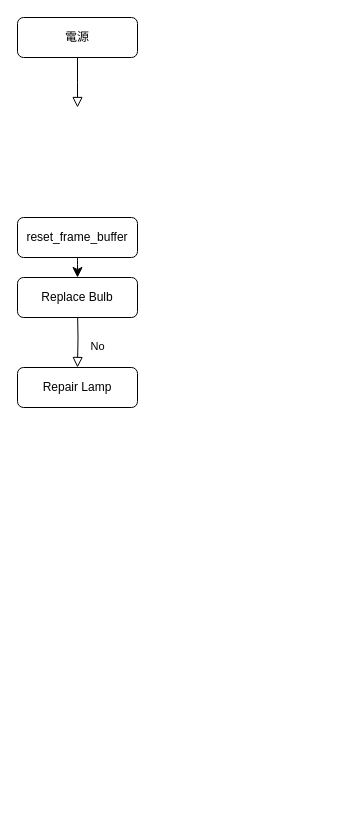
Earlier version of the draw.io diagram page "musicbox.s" (1 of 3) of musicbox.drawio (FukuokaIruka/musicbox). Source tidied: cells renumbered, new cells numbered last; positions are measured from the earlier drawing's top-left corner, leaving out a move shared by most shapes. Both pictures are drawn from the tidied source at 100%, with x=0, y=0 at pixel (17, 17).
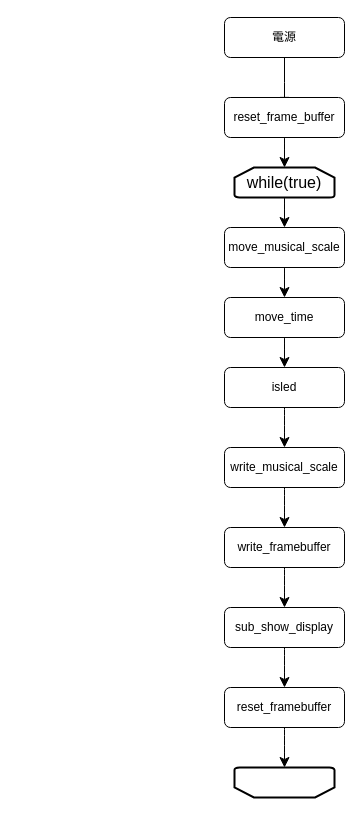
Above is the later version.

Commit message (it also covers changes not shown here):
musicbox.drawio を更新します

Diff of the diagram source:
```diff
@@
     <mxCell id="2" style="rounded=0;html=1;jettySize=auto;fontSize=11;endArrow=block;endFill=0;endSize=8;strokeWidth=1;shadow=0;labelBackgroundColor=none;edgeStyle=orthogonalEdgeStyle;" parent="1" edge="1" source="3">
       <mxGeometry relative="1" as="geometry">
-        <mxPoint x="60" y="90" as="targetPoint" />
+        <mxPoint x="267" y="90" as="targetPoint" />
       </mxGeometry>
     </mxCell>
     <mxCell id="3" value="電源" style="rounded=1;whiteSpace=wrap;html=1;fontSize=12;glass=0;strokeWidth=1;shadow=0;" parent="1" vertex="1">
-      <mxGeometry width="120" height="40" as="geometry" />
+      <mxGeometry x="207" width="120" height="40" as="geometry" />
     </mxCell>
-    <mxCell id="4" style="edgeStyle=none;curved=1;rounded=0;jettySize=auto;html=1;fontSize=12;startSize=8;endSize=8;" parent="1" edge="1" source="5" target="8">
-      <mxGeometry relative="1" as="geometry" />
+    <mxCell id="4" style="edgeStyle=none;curved=1;rounded=0;jettySize=auto;html=1;fontSize=12;startSize=8;endSize=8;" parent="1" edge="1" source="5">
+      <mxGeometry relative="1" as="geometry">
+        <mxPoint x="267" y="150" as="targetPoint" />
+      </mxGeometry>
     </mxCell>
     <mxCell id="5" value="reset_frame_buffer" style="rounded=1;whiteSpace=wrap;html=1;fontSize=12;glass=0;strokeWidth=1;shadow=0;" parent="1" vertex="1">
-      <mxGeometry y="200" width="120" height="40" as="geometry" />
+      <mxGeometry x="207" y="80" width="120" height="40" as="geometry" />
     </mxCell>
-    <mxCell id="6" value="No" style="rounded=0;html=1;jettySize=auto;fontSize=11;endArrow=block;endFill=0;endSize=8;strokeWidth=1;shadow=0;labelBackgroundColor=none;edgeStyle=orthogonalEdgeStyle;" parent="1" edge="1" target="7">
-      <mxGeometry x="0.33" y="20" relative="1" as="geometry">
-        <mxPoint x="60" y="290" as="sourcePoint" />
-      </mxGeometry>
-    </mxCell>
-    <mxCell id="7" value="Repair Lamp" style="rounded=1;whiteSpace=wrap;html=1;fontSize=12;glass=0;strokeWidth=1;shadow=0;" parent="1" vertex="1">
-      <mxGeometry y="350" width="120" height="40" as="geometry" />
+    <mxCell id="7" value="move_time" style="rounded=1;whiteSpace=wrap;html=1;fontSize=12;glass=0;strokeWidth=1;shadow=0;" parent="1" vertex="1">
+      <mxGeometry x="207" y="280" width="120" height="40" as="geometry" />
     </mxCell>
-    <mxCell id="8" value="Replace Bulb" style="rounded=1;whiteSpace=wrap;html=1;fontSize=12;glass=0;strokeWidth=1;shadow=0;" parent="1" vertex="1">
-      <mxGeometry y="260" width="120" height="40" as="geometry" />
+    <mxCell id="8" value="move_musical_scale" style="rounded=1;whiteSpace=wrap;html=1;fontSize=12;glass=0;strokeWidth=1;shadow=0;" parent="1" vertex="1">
+      <mxGeometry x="207" y="210" width="120" height="40" as="geometry" />
     </mxCell>
+    <mxCell id="9" value="while(true)" style="strokeWidth=2;html=1;shape=mxgraph.flowchart.loop_limit;whiteSpace=wrap;fontSize=16;" parent="1" vertex="1">
+      <mxGeometry x="217" y="150" width="100" height="30" as="geometry" />
+    </mxCell>
+    <mxCell id="10" style="endArrow=classic;html=1;rounded=0;fontSize=12;startSize=8;endSize=8;curved=1;exitX=0.5;exitY=1;exitDx=0;exitDy=0;exitPerimeter=0;" parent="1" edge="1" source="9">
+      <mxGeometry relative="1" as="geometry">
+        <mxPoint x="267" y="210" as="targetPoint" />
+      </mxGeometry>
+    </mxCell>
+    <mxCell id="11" style="endArrow=classic;html=1;rounded=0;fontSize=12;startSize=8;endSize=8;curved=1;exitX=0.5;exitY=1;exitDx=0;exitDy=0;entryX=0.5;entryY=0;entryDx=0;entryDy=0;" parent="1" edge="1" source="8" target="7">
+      <mxGeometry relative="1" as="geometry" />
+    </mxCell>
+    <mxCell id="12" value="isled" style="rounded=1;whiteSpace=wrap;html=1;fontSize=12;glass=0;strokeWidth=1;shadow=0;" parent="1" vertex="1">
+      <mxGeometry x="207" y="350" width="120" height="40" as="geometry" />
+    </mxCell>
+    <mxCell id="13" style="endArrow=classic;html=1;rounded=0;fontSize=12;startSize=8;endSize=8;curved=1;exitX=0.5;exitY=1;exitDx=0;exitDy=0;entryX=0.5;entryY=0;entryDx=0;entryDy=0;" parent="1" edge="1" source="7" target="12">
+      <mxGeometry relative="1" as="geometry" />
+    </mxCell>
+    <mxCell id="14" value="write_musical_scale" style="rounded=1;whiteSpace=wrap;html=1;fontSize=12;glass=0;strokeWidth=1;shadow=0;" parent="1" vertex="1">
+      <mxGeometry x="207" y="430" width="120" height="40" as="geometry" />
+    </mxCell>
+    <mxCell id="15" style="endArrow=classic;html=1;rounded=0;fontSize=12;startSize=8;endSize=8;curved=1;exitX=0.5;exitY=1;exitDx=0;exitDy=0;entryX=0.5;entryY=0;entryDx=0;entryDy=0;" parent="1" edge="1" source="12" target="14">
+      <mxGeometry relative="1" as="geometry" />
+    </mxCell>
+    <mxCell id="16" value="write_framebuffer" style="rounded=1;whiteSpace=wrap;html=1;fontSize=12;glass=0;strokeWidth=1;shadow=0;" parent="1" vertex="1">
+      <mxGeometry x="207" y="510" width="120" height="40" as="geometry" />
+    </mxCell>
+    <mxCell id="17" style="endArrow=classic;html=1;rounded=0;fontSize=12;startSize=8;endSize=8;curved=1;exitX=0.5;exitY=1;exitDx=0;exitDy=0;entryX=0.5;entryY=0;entryDx=0;entryDy=0;" parent="1" edge="1" source="14" target="16">
+      <mxGeometry relative="1" as="geometry" />
+    </mxCell>
+    <mxCell id="18" value="sub_show_display" style="rounded=1;whiteSpace=wrap;html=1;fontSize=12;glass=0;strokeWidth=1;shadow=0;" parent="1" vertex="1">
+      <mxGeometry x="207" y="590" width="120" height="40" as="geometry" />
+    </mxCell>
+    <mxCell id="19" style="endArrow=classic;html=1;rounded=0;fontSize=12;startSize=8;endSize=8;curved=1;exitX=0.5;exitY=1;exitDx=0;exitDy=0;entryX=0.5;entryY=0;entryDx=0;entryDy=0;" parent="1" edge="1" source="16" target="18">
+      <mxGeometry relative="1" as="geometry" />
+    </mxCell>
+    <mxCell id="20" value="reset_framebuffer" style="rounded=1;whiteSpace=wrap;html=1;fontSize=12;glass=0;strokeWidth=1;shadow=0;" parent="1" vertex="1">
+      <mxGeometry x="207" y="670" width="120" height="40" as="geometry" />
+    </mxCell>
+    <mxCell id="21" style="endArrow=classic;html=1;rounded=0;fontSize=12;startSize=8;endSize=8;curved=1;exitX=0.5;exitY=1;exitDx=0;exitDy=0;" parent="1" edge="1" source="18" target="20">
+      <mxGeometry relative="1" as="geometry" />
+    </mxCell>
+    <mxCell id="22" style="strokeWidth=2;html=1;shape=mxgraph.flowchart.loop_limit;whiteSpace=wrap;fontSize=16;rotation=-180;" parent="1" vertex="1">
+      <mxGeometry x="217" y="750" width="100" height="30" as="geometry" />
+    </mxCell>
+    <mxCell id="23" style="endArrow=classic;html=1;rounded=0;fontSize=12;startSize=8;endSize=8;curved=1;exitX=0.5;exitY=1;exitDx=0;exitDy=0;entryX=0.5;entryY=1;entryDx=0;entryDy=0;entryPerimeter=0;" parent="1" edge="1" source="20" target="22">
+      <mxGeometry relative="1" as="geometry" />
+    </mxCell>
```
